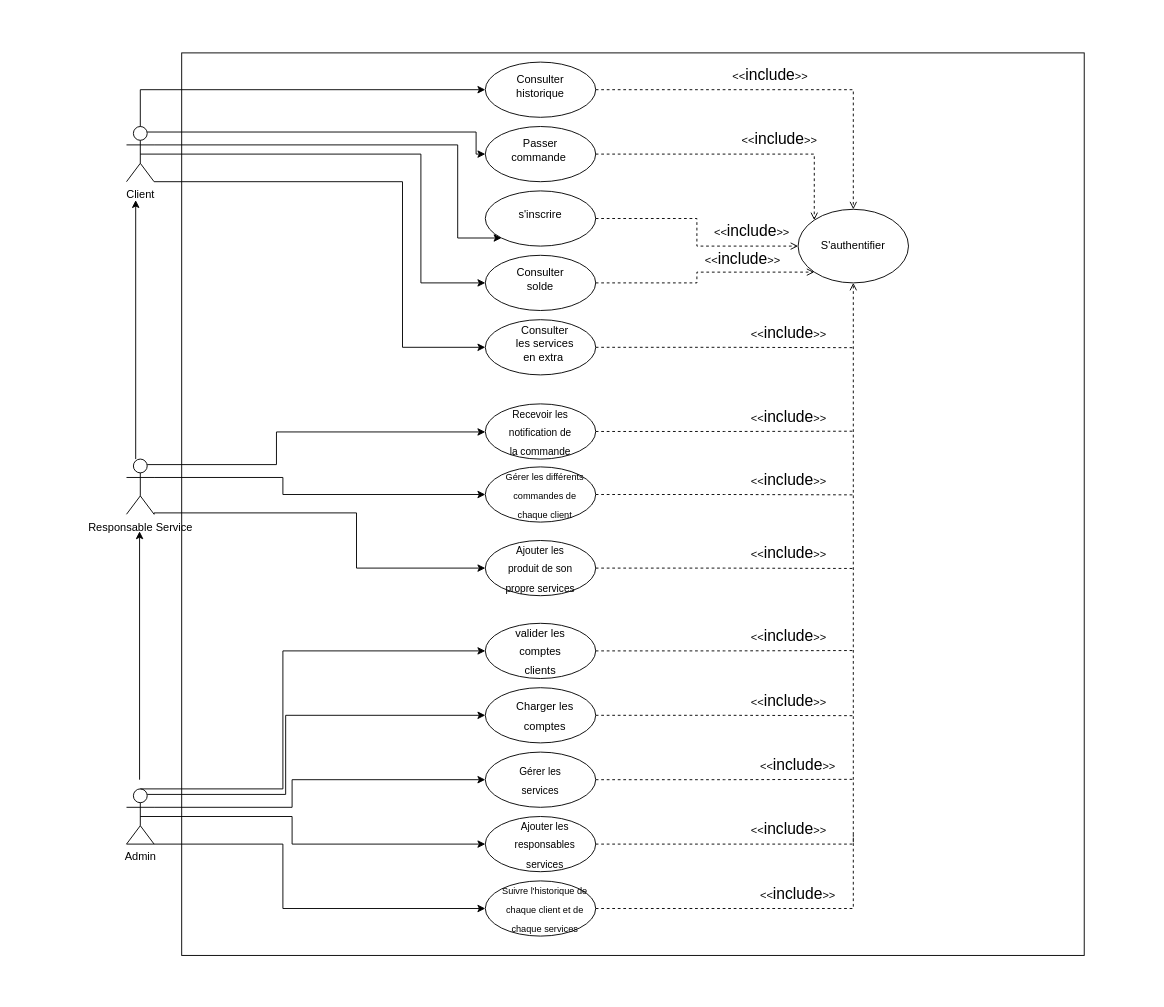
This is Diagramme sans nom.drawio from labidimahdi/diagrams, a draw.io file, before an edit. Source tidied: cells renumbered, new cells numbered last; positions are measured from the earlier drawing's top-left corner, leaving out a move shared by most shapes. Both pictures are drawn from the tidied source at 92%, with x=0, y=0 at pixel (126, 52).
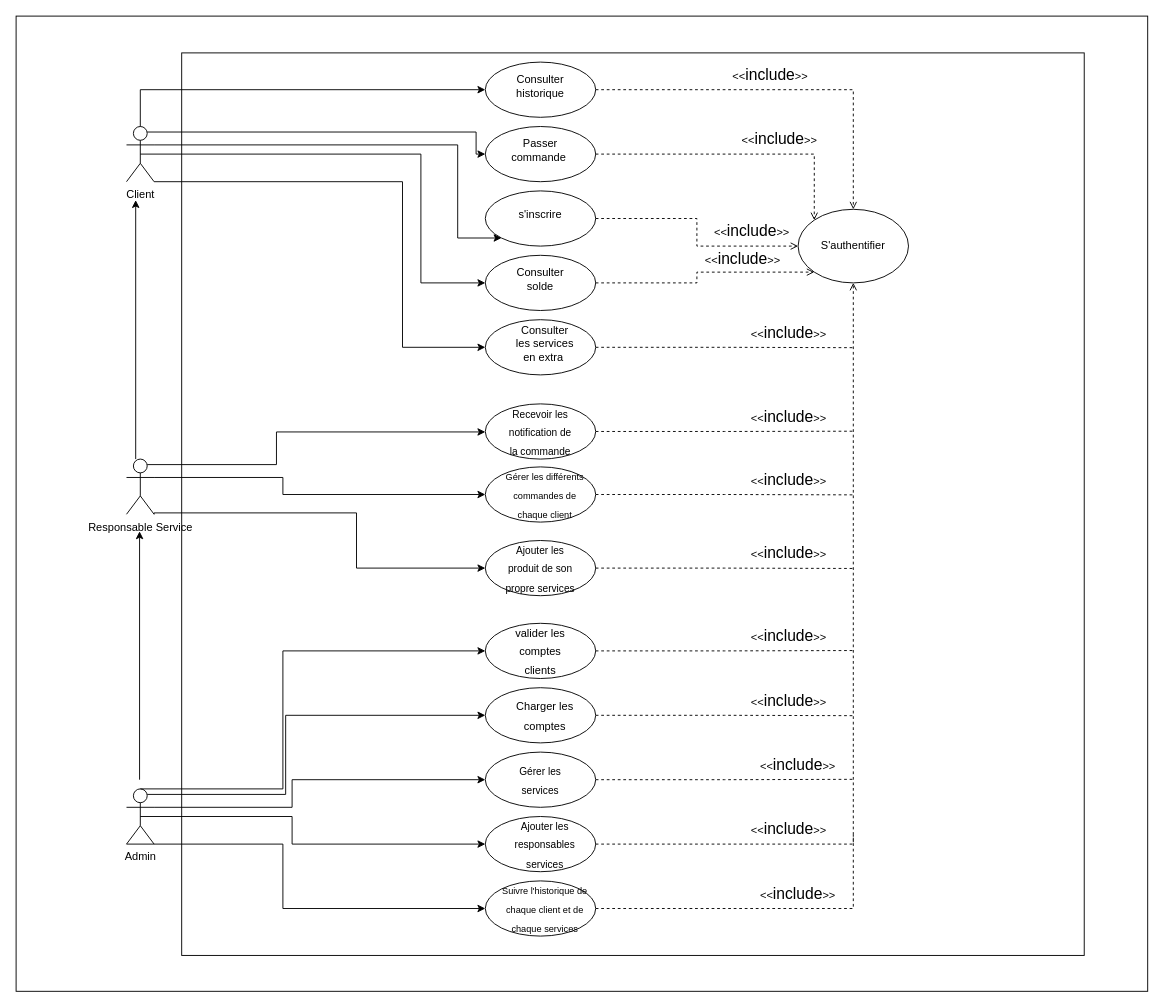
The same diagram, later.

Diff of the diagram source:
```diff
@@
+    <mxCell id="99" style="rounded=0;whiteSpace=wrap;html=1;strokeColor=default;fontFamily=Helvetica;fontSize=12;fontColor=default;fillColor=default;" parent="1" vertex="1">
+      <mxGeometry x="-120" y="-40" width="1230" height="1060" as="geometry" />
+    </mxCell>
```
